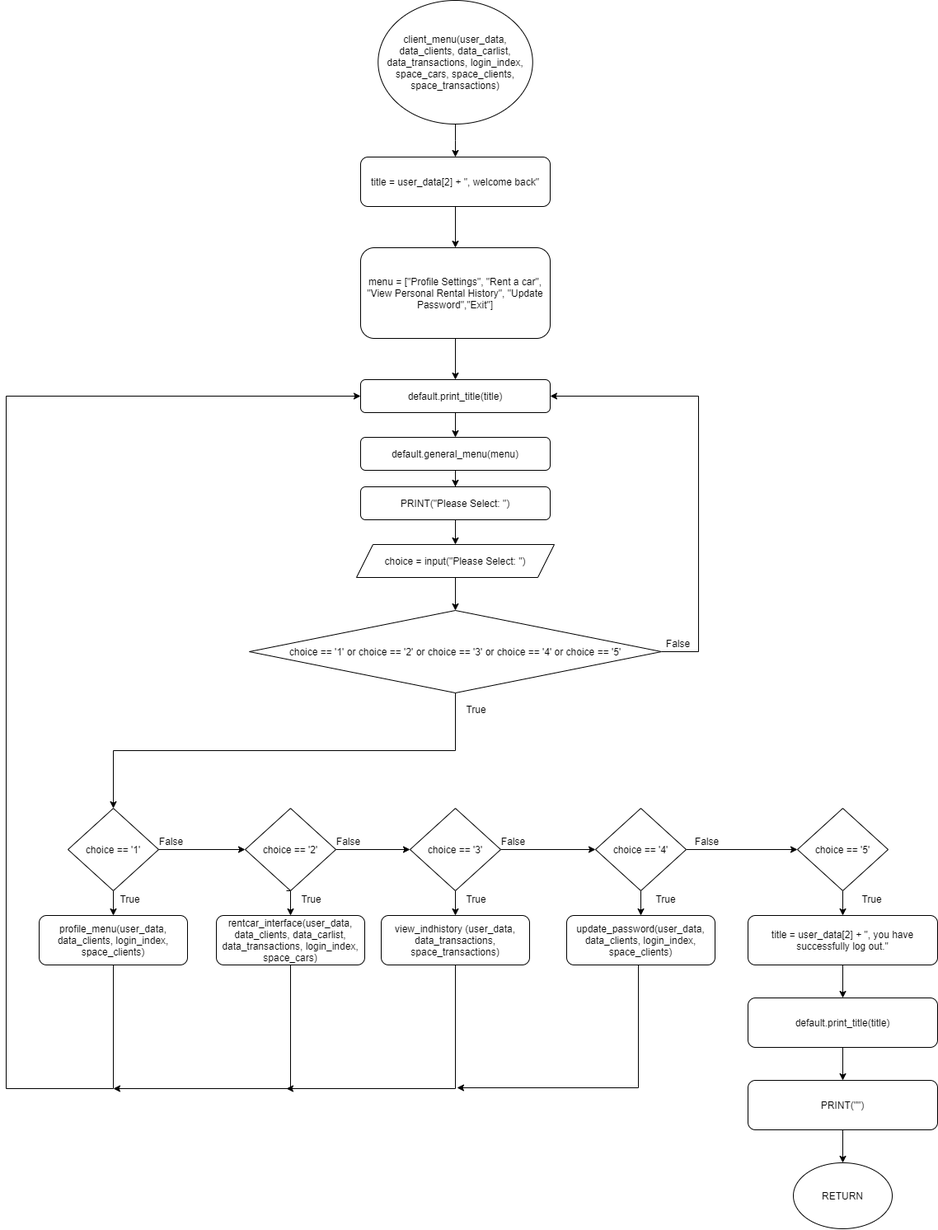
The draw.io diagram Flowchart/clients/client_menu.png in RabbitBear00/Car-Rental-System, before a commit. Source tidied: cells renumbered, new cells last; positions are measured from the earlier drawing's top-left corner, leaving out a move shared by most shapes.
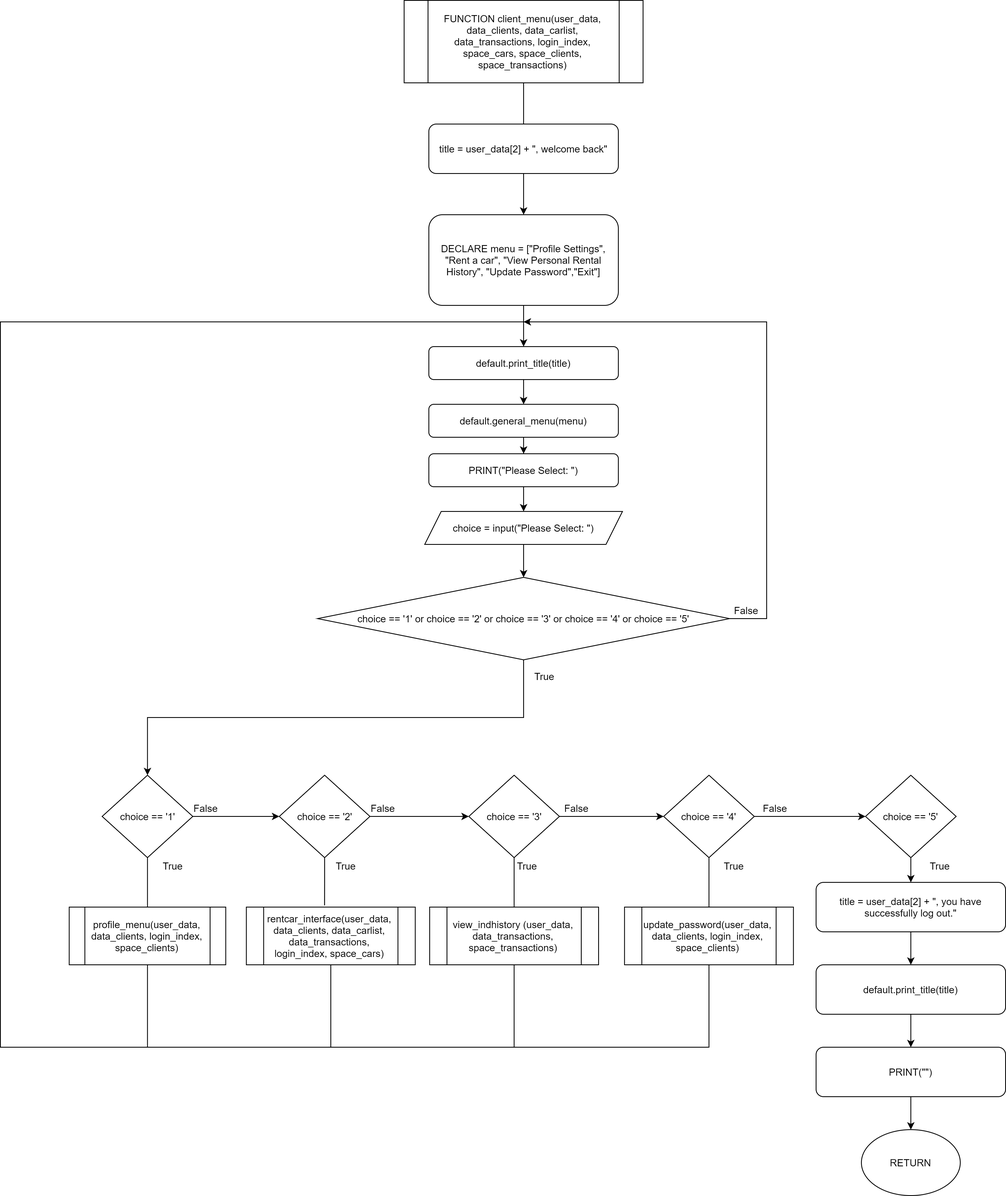
The same file after the commit.

What changed in the source:
```diff
@@ -2,12 +2,6 @@
   <root>
     <mxCell id="0" />
     <mxCell id="1" parent="0" />
-    <mxCell id="2" style="edgeStyle=orthogonalEdgeStyle;rounded=0;jettySize=auto;html=1;" parent="1" edge="1" source="3" target="5">
-      <mxGeometry relative="1" as="geometry" />
-    </mxCell>
-    <mxCell id="3" value="client_menu(user_data, data_clients, data_carlist, data_transactions, login_index, space_cars, space_clients, space_transactions)" style="ellipse;whiteSpace=wrap;html=1;" parent="1" vertex="1">
-      <mxGeometry x="451.2" width="187.5" height="150" as="geometry" />
-    </mxCell>
     <mxCell id="4" style="edgeStyle=orthogonalEdgeStyle;rounded=0;jettySize=auto;html=1;" parent="1" edge="1" source="5" target="7">
       <mxGeometry relative="1" as="geometry" />
     </mxCell>
@@ -17,7 +11,7 @@
     <mxCell id="6" style="edgeStyle=orthogonalEdgeStyle;rounded=0;jettySize=auto;html=1;" parent="1" edge="1" source="7" target="41">
       <mxGeometry relative="1" as="geometry" />
     </mxCell>
-    <mxCell id="7" value="menu = [&quot;Profile Settings&quot;, &quot;Rent a car&quot;, &quot;View Personal Rental History&quot;, &quot;Update Password&quot;,&quot;Exit&quot;]" style="rounded=1;whiteSpace=wrap;html=1;" parent="1" vertex="1">
+    <mxCell id="7" value="DECLARE menu = [&quot;Profile Settings&quot;, &quot;Rent a car&quot;, &quot;View Personal Rental History&quot;, &quot;Update Password&quot;,&quot;Exit&quot;]" style="rounded=1;whiteSpace=wrap;html=1;" parent="1" vertex="1">
       <mxGeometry x="430" y="300" width="230" height="110" as="geometry" />
     </mxCell>
     <mxCell id="8" style="edgeStyle=orthogonalEdgeStyle;rounded=0;jettySize=auto;html=1;" parent="1" edge="1" source="9" target="11">
@@ -47,105 +41,58 @@
     <mxCell id="16" value="RETURN" style="ellipse;whiteSpace=wrap;html=1;" parent="1" vertex="1">
       <mxGeometry x="955" y="1410" width="120" height="80" as="geometry" />
     </mxCell>
+    <mxCell id="18" style="edgeStyle=orthogonalEdgeStyle;rounded=0;jettySize=auto;html=1;" parent="1" edge="1" source="19" target="22">
+      <mxGeometry relative="1" as="geometry" />
+    </mxCell>
-    <mxCell id="17" style="edgeStyle=orthogonalEdgeStyle;rounded=0;jettySize=auto;html=1;exitX=0.5;exitY=1;exitDx=0;exitDy=0;entryX=0.5;entryY=0;entryDx=0;entryDy=0;" parent="1" edge="1" source="19" target="33">
+    <mxCell id="17" style="edgeStyle=orthogonalEdgeStyle;rounded=0;jettySize=auto;html=1;entryX=0.5;entryY=0;entryDx=0;entryDy=0;endArrow=none;endFill=0;" parent="1" edge="1" source="19" target="33">
       <mxGeometry relative="1" as="geometry" />
     </mxCell>
-    <mxCell id="18" style="edgeStyle=orthogonalEdgeStyle;rounded=0;jettySize=auto;html=1;" parent="1" edge="1" source="19" target="22">
-      <mxGeometry relative="1" as="geometry" />
-    </mxCell>
     <mxCell id="19" value="choice == '1'" style="rhombus;whiteSpace=wrap;html=1;" parent="1" vertex="1">
-      <mxGeometry x="75" y="980" width="110" height="100" as="geometry" />
+      <mxGeometry x="33.5" y="980" width="110" height="100" as="geometry" />
     </mxCell>
-    <mxCell id="20" style="edgeStyle=orthogonalEdgeStyle;rounded=0;orthogonalLoop=1;jettySize=auto;html=1;exitX=0.5;exitY=1;exitDx=0;exitDy=0;entryX=0.5;entryY=0;entryDx=0;entryDy=0;" parent="1" edge="1">
-      <mxGeometry relative="1" as="geometry">
-        <mxPoint x="340" y="1080" as="sourcePoint" />
-        <mxPoint x="345" y="1110" as="targetPoint" />
-      </mxGeometry>
-    </mxCell>
     <mxCell id="21" style="edgeStyle=orthogonalEdgeStyle;rounded=0;jettySize=auto;html=1;" parent="1" edge="1" source="22" target="25">
       <mxGeometry relative="1" as="geometry" />
     </mxCell>
+    <mxCell id="59" style="edgeStyle=orthogonalEdgeStyle;rounded=0;jettySize=auto;html=1;entryX=0.463;entryY=-0.029;entryDx=0;entryDy=0;entryPerimeter=0;endArrow=none;endFill=0;" parent="1" edge="1" source="22" target="35">
+      <mxGeometry relative="1" as="geometry" />
+    </mxCell>
     <mxCell id="22" value="choice == '2'" style="rhombus;whiteSpace=wrap;html=1;" parent="1" vertex="1">
-      <mxGeometry x="290" y="980" width="110" height="100" as="geometry" />
+      <mxGeometry x="248.5" y="980" width="110" height="100" as="geometry" />
     </mxCell>
+    <mxCell id="24" style="edgeStyle=orthogonalEdgeStyle;rounded=0;jettySize=auto;html=1;" parent="1" edge="1" source="25" target="28">
+      <mxGeometry relative="1" as="geometry" />
+    </mxCell>
-    <mxCell id="23" style="edgeStyle=orthogonalEdgeStyle;rounded=0;jettySize=auto;html=1;" parent="1" edge="1" source="25" target="37">
+    <mxCell id="23" style="edgeStyle=orthogonalEdgeStyle;rounded=0;jettySize=auto;html=1;endArrow=none;endFill=0;" parent="1" edge="1" source="25" target="37">
       <mxGeometry relative="1" as="geometry" />
     </mxCell>
-    <mxCell id="24" style="edgeStyle=orthogonalEdgeStyle;rounded=0;jettySize=auto;html=1;" parent="1" edge="1" source="25" target="28">
-      <mxGeometry relative="1" as="geometry" />
-    </mxCell>
     <mxCell id="25" value="choice == '3'" style="rhombus;whiteSpace=wrap;html=1;" parent="1" vertex="1">
-      <mxGeometry x="490" y="980" width="110" height="100" as="geometry" />
+      <mxGeometry x="478.5" y="980" width="110" height="100" as="geometry" />
     </mxCell>
+    <mxCell id="27" style="edgeStyle=orthogonalEdgeStyle;rounded=0;jettySize=auto;html=1;" parent="1" edge="1" source="28" target="9">
+      <mxGeometry relative="1" as="geometry" />
+    </mxCell>
-    <mxCell id="26" style="edgeStyle=orthogonalEdgeStyle;rounded=0;jettySize=auto;html=1;" parent="1" edge="1" source="28" target="39">
+    <mxCell id="26" style="edgeStyle=orthogonalEdgeStyle;rounded=0;jettySize=auto;html=1;endArrow=none;endFill=0;" parent="1" edge="1" source="28" target="39">
       <mxGeometry relative="1" as="geometry" />
     </mxCell>
-    <mxCell id="27" style="edgeStyle=orthogonalEdgeStyle;rounded=0;jettySize=auto;html=1;" parent="1" edge="1" source="28" target="9">
-      <mxGeometry relative="1" as="geometry" />
-    </mxCell>
     <mxCell id="28" value="choice == '4'" style="rhombus;whiteSpace=wrap;html=1;" parent="1" vertex="1">
       <mxGeometry x="715" y="980" width="110" height="100" as="geometry" />
     </mxCell>
     <mxCell id="29" style="edgeStyle=orthogonalEdgeStyle;rounded=0;jettySize=auto;html=1;entryX=0.5;entryY=0;entryDx=0;entryDy=0;exitX=0.5;exitY=1;exitDx=0;exitDy=0;" parent="1" edge="1" source="31" target="19">
       <mxGeometry relative="1" as="geometry" />
     </mxCell>
-    <mxCell id="30" style="edgeStyle=orthogonalEdgeStyle;rounded=0;jettySize=auto;html=1;entryX=1;entryY=0.5;entryDx=0;entryDy=0;" parent="1" edge="1" source="31" target="41">
+    <mxCell id="30" style="edgeStyle=orthogonalEdgeStyle;rounded=0;jettySize=auto;html=1;" parent="1" edge="1" source="31">
       <mxGeometry relative="1" as="geometry">
+        <mxPoint x="545" y="430" as="targetPoint" />
         <Array as="points">
           <mxPoint x="840" y="790" />
-          <mxPoint x="840" y="480" />
+          <mxPoint x="840" y="430" />
+          <mxPoint x="660" y="430" />
         </Array>
       </mxGeometry>
     </mxCell>
     <mxCell id="31" value="choice == '1' or choice == '2' or choice == '3' or choice == '4' or choice == '5'" style="rhombus;whiteSpace=wrap;html=1;" parent="1" vertex="1">
       <mxGeometry x="295" y="740" width="500" height="100" as="geometry" />
     </mxCell>
-    <mxCell id="32" style="edgeStyle=orthogonalEdgeStyle;rounded=0;jettySize=auto;html=1;entryX=0;entryY=0.5;entryDx=0;entryDy=0;startArrow=none;startFill=0;endArrow=classic;endFill=1;" parent="1" edge="1" source="33" target="41">
-      <mxGeometry relative="1" as="geometry">
-        <Array as="points">
-          <mxPoint x="130" y="1320" />
-          <mxPoint y="1320" />
-          <mxPoint y="480" />
-        </Array>
-      </mxGeometry>
-    </mxCell>
-    <mxCell id="33" value="profile_menu(user_data, data_clients, login_index, space_clients)" style="rounded=1;whiteSpace=wrap;html=1;" parent="1" vertex="1">
-      <mxGeometry x="40" y="1110" width="180" height="60" as="geometry" />
-    </mxCell>
-    <mxCell id="34" style="edgeStyle=orthogonalEdgeStyle;rounded=0;jettySize=auto;html=1;startArrow=none;startFill=0;endArrow=classic;endFill=1;" parent="1" edge="1" source="35">
-      <mxGeometry relative="1" as="geometry">
-        <mxPoint x="130" y="1320" as="targetPoint" />
-        <Array as="points">
-          <mxPoint x="345" y="1320" />
-        </Array>
-      </mxGeometry>
-    </mxCell>
-    <mxCell id="35" value="rentcar_interface(user_data, data_clients, data_carlist, data_transactions, login_index, space_cars)" style="rounded=1;whiteSpace=wrap;html=1;" parent="1" vertex="1">
-      <mxGeometry x="255" y="1110" width="180" height="60" as="geometry" />
-    </mxCell>
-    <mxCell id="36" style="edgeStyle=orthogonalEdgeStyle;rounded=0;jettySize=auto;html=1;" parent="1" edge="1" source="37">
-      <mxGeometry relative="1" as="geometry">
-        <mxPoint x="340" y="1320" as="targetPoint" />
-        <Array as="points">
-          <mxPoint x="545" y="1320" />
-        </Array>
-      </mxGeometry>
-    </mxCell>
-    <mxCell id="37" value="&lt;div&gt;&lt;span&gt;view_indhistory (user_data, data_transactions, space_transactions)&lt;/span&gt;&lt;/div&gt;" style="rounded=1;whiteSpace=wrap;html=1;align=center;" parent="1" vertex="1">
-      <mxGeometry x="455" y="1110" width="180" height="60" as="geometry" />
-    </mxCell>
-    <mxCell id="38" style="edgeStyle=orthogonalEdgeStyle;rounded=0;orthogonalLoop=1;jettySize=auto;html=1;startArrow=none;startFill=0;endArrow=classic;endFill=1;" parent="1" edge="1">
-      <mxGeometry relative="1" as="geometry">
-        <mxPoint x="767" y="1169" as="sourcePoint" />
-        <mxPoint x="547" y="1319" as="targetPoint" />
-        <Array as="points">
-          <mxPoint x="767" y="1319" />
-        </Array>
-      </mxGeometry>
-    </mxCell>
-    <mxCell id="39" value="update_password(user_data, data_clients, login_index, space_clients)" style="rounded=1;whiteSpace=wrap;html=1;" parent="1" vertex="1">
-      <mxGeometry x="680" y="1110" width="180" height="60" as="geometry" />
-    </mxCell>
     <mxCell id="40" style="edgeStyle=orthogonalEdgeStyle;rounded=0;jettySize=auto;html=1;" parent="1" edge="1" source="41" target="43">
       <mxGeometry relative="1" as="geometry" />
     </mxCell>
@@ -165,13 +112,13 @@
       <mxGeometry x="550" y="850" width="40" height="20" as="geometry" />
     </mxCell>
     <mxCell id="46" value="True" style="text;html=1;align=center;verticalAlign=middle;strokeColor=none;" parent="1" vertex="1">
-      <mxGeometry x="130" y="1080" width="40" height="20" as="geometry" />
+      <mxGeometry x="98.5" y="1080" width="40" height="20" as="geometry" />
     </mxCell>
     <mxCell id="47" value="True" style="text;html=1;align=center;verticalAlign=middle;strokeColor=none;" parent="1" vertex="1">
-      <mxGeometry x="350" y="1080" width="40" height="20" as="geometry" />
+      <mxGeometry x="308.5" y="1080" width="40" height="20" as="geometry" />
     </mxCell>
     <mxCell id="48" value="True" style="text;html=1;align=center;verticalAlign=middle;strokeColor=none;" parent="1" vertex="1">
-      <mxGeometry x="550" y="1080" width="40" height="20" as="geometry" />
+      <mxGeometry x="528.5" y="1080" width="40" height="20" as="geometry" />
     </mxCell>
     <mxCell id="49" value="True" style="text;html=1;align=center;verticalAlign=middle;strokeColor=none;" parent="1" vertex="1">
       <mxGeometry x="780" y="1080" width="40" height="20" as="geometry" />
@@ -180,13 +127,13 @@
       <mxGeometry x="1030" y="1080" width="40" height="20" as="geometry" />
     </mxCell>
     <mxCell id="51" value="False" style="text;html=1;align=center;verticalAlign=middle;strokeColor=none;" parent="1" vertex="1">
-      <mxGeometry x="180" y="1010" width="40" height="20" as="geometry" />
+      <mxGeometry x="138.5" y="1010" width="40" height="20" as="geometry" />
     </mxCell>
     <mxCell id="52" value="False" style="text;html=1;align=center;verticalAlign=middle;strokeColor=none;" parent="1" vertex="1">
-      <mxGeometry x="395" y="1010" width="40" height="20" as="geometry" />
+      <mxGeometry x="353.5" y="1010" width="40" height="20" as="geometry" />
     </mxCell>
     <mxCell id="53" value="False" style="text;html=1;align=center;verticalAlign=middle;strokeColor=none;" parent="1" vertex="1">
-      <mxGeometry x="595" y="1010" width="40" height="20" as="geometry" />
+      <mxGeometry x="588.5" y="1010" width="40" height="20" as="geometry" />
     </mxCell>
     <mxCell id="54" value="False" style="text;html=1;align=center;verticalAlign=middle;strokeColor=none;" parent="1" vertex="1">
       <mxGeometry x="830" y="1010" width="40" height="20" as="geometry" />
@@ -203,5 +150,58 @@
     <mxCell id="58" value="PRINT(&quot;Please Select: &quot;)" style="rounded=1;whiteSpace=wrap;html=1;" parent="1" vertex="1">
       <mxGeometry x="430" y="590" width="230" height="40" as="geometry" />
     </mxCell>
+    <mxCell id="60" style="edgeStyle=orthogonalEdgeStyle;rounded=0;jettySize=auto;html=1;endArrow=none;endFill=0;" parent="1" edge="1" source="33">
+      <mxGeometry relative="1" as="geometry">
+        <mxPoint x="550" y="430" as="targetPoint" />
+        <Array as="points">
+          <mxPoint x="88" y="1310" />
+          <mxPoint x="-90" y="1310" />
+          <mxPoint x="-90" y="430" />
+        </Array>
+      </mxGeometry>
+    </mxCell>
+    <mxCell id="33" value="profile_menu(user_data, data_clients, login_index, space_clients)" style="shape=process;whiteSpace=wrap;html=1;backgroundOutline=1;" parent="1" vertex="1">
+      <mxGeometry x="-6.5" y="1140" width="190" height="70" as="geometry" />
+    </mxCell>
+    <mxCell id="61" style="edgeStyle=orthogonalEdgeStyle;rounded=0;jettySize=auto;html=1;endArrow=none;endFill=0;" parent="1" edge="1" source="35">
+      <mxGeometry relative="1" as="geometry">
+        <mxPoint x="80" y="1310" as="targetPoint" />
+        <Array as="points">
+          <mxPoint x="311" y="1310" />
+          <mxPoint x="90" y="1310" />
+        </Array>
+      </mxGeometry>
+    </mxCell>
+    <mxCell id="35" value="rentcar_interface(user_data, data_clients, data_carlist, data_transactions, login_index, space_cars)" style="shape=process;whiteSpace=wrap;html=1;backgroundOutline=1;" parent="1" vertex="1">
+      <mxGeometry x="208.5" y="1140" width="205" height="70" as="geometry" />
+    </mxCell>
+    <mxCell id="62" style="edgeStyle=orthogonalEdgeStyle;rounded=0;jettySize=auto;html=1;endArrow=none;endFill=0;" parent="1" edge="1" source="37">
+      <mxGeometry relative="1" as="geometry">
+        <mxPoint x="310" y="1310" as="targetPoint" />
+        <Array as="points">
+          <mxPoint x="534" y="1310" />
+        </Array>
+      </mxGeometry>
+    </mxCell>
+    <mxCell id="37" value="view_indhistory (user_data, data_transactions, space_transactions)&lt;br&gt;" style="shape=process;whiteSpace=wrap;html=1;backgroundOutline=1;" parent="1" vertex="1">
+      <mxGeometry x="431" y="1140" width="205" height="70" as="geometry" />
+    </mxCell>
+    <mxCell id="63" style="edgeStyle=orthogonalEdgeStyle;rounded=0;jettySize=auto;html=1;endArrow=none;endFill=0;" parent="1" edge="1" source="39">
+      <mxGeometry relative="1" as="geometry">
+        <mxPoint x="530" y="1310" as="targetPoint" />
+        <Array as="points">
+          <mxPoint x="770" y="1310" />
+        </Array>
+      </mxGeometry>
+    </mxCell>
+    <mxCell id="39" value="update_password(user_data, data_clients, login_index, space_clients)" style="shape=process;whiteSpace=wrap;html=1;backgroundOutline=1;" parent="1" vertex="1">
+      <mxGeometry x="667.5" y="1140" width="205" height="70" as="geometry" />
+    </mxCell>
+    <mxCell id="64" style="edgeStyle=orthogonalEdgeStyle;rounded=0;jettySize=auto;html=1;endArrow=none;endFill=0;" parent="1" edge="1" source="65" target="5">
+      <mxGeometry relative="1" as="geometry" />
+    </mxCell>
+    <mxCell id="65" value="FUNCTION client_menu(user_data, data_clients, data_carlist, data_transactions, login_index, space_cars, space_clients, space_transactions)" style="shape=process;whiteSpace=wrap;html=1;backgroundOutline=1;" parent="1" vertex="1">
+      <mxGeometry x="400" y="40" width="290" height="100" as="geometry" />
+    </mxCell>
   </root>
 </mxGraphModel>
```
